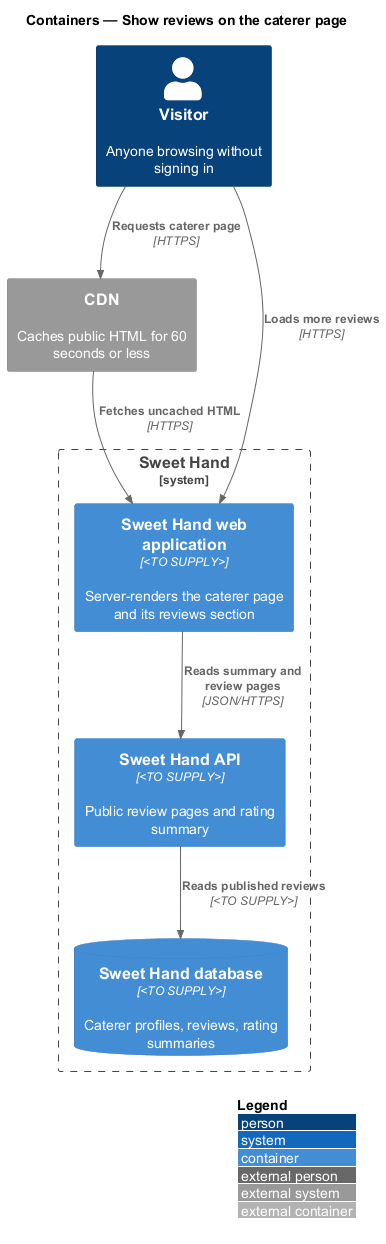
Earlier version of the PlantUML export docs/detailed-designs/reviews/show-reviews/diagrams/c4-container.png (QuinntyneBrown/sweet-hand).
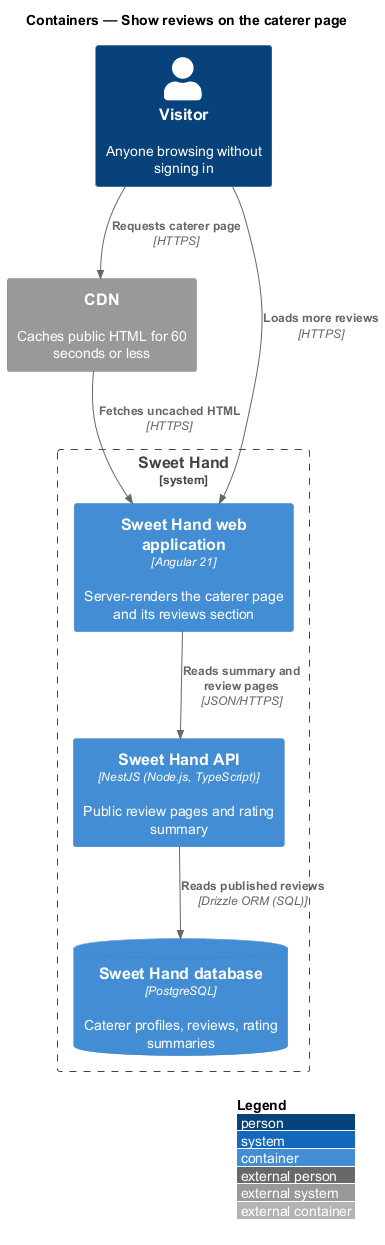
After the commit.

Change to the diagram source:
```diff
@@ -6,13 +6,13 @@
 Person(visitor, "Visitor", "Anyone browsing without signing in")
 System_Ext(cdn, "CDN", "Caches public HTML for 60 seconds or less")
 System_Boundary(sweethand, "Sweet Hand") {
-  Container(web, "Sweet Hand web application", "<TO SUPPLY>", "Server-renders the caterer page and its reviews section")
-  Container(api, "Sweet Hand API", "<TO SUPPLY>", "Public review pages and rating summary")
-  ContainerDb(db, "Sweet Hand database", "<TO SUPPLY>", "Caterer profiles, reviews, rating summaries")
+  Container(web, "Sweet Hand web application", "Angular 21", "Server-renders the caterer page and its reviews section")
+  Container(api, "Sweet Hand API", "NestJS (Node.js, TypeScript)", "Public review pages and rating summary")
+  ContainerDb(db, "Sweet Hand database", "PostgreSQL", "Caterer profiles, reviews, rating summaries")
 }
 Rel(visitor, cdn, "Requests caterer page", "HTTPS")
 Rel(cdn, web, "Fetches uncached HTML", "HTTPS")
 Rel(visitor, web, "Loads more reviews", "HTTPS")
 Rel(web, api, "Reads summary and review pages", "JSON/HTTPS")
-Rel(api, db, "Reads published reviews", "<TO SUPPLY>")
+Rel(api, db, "Reads published reviews", "Drizzle ORM (SQL)")
 @enduml
```
